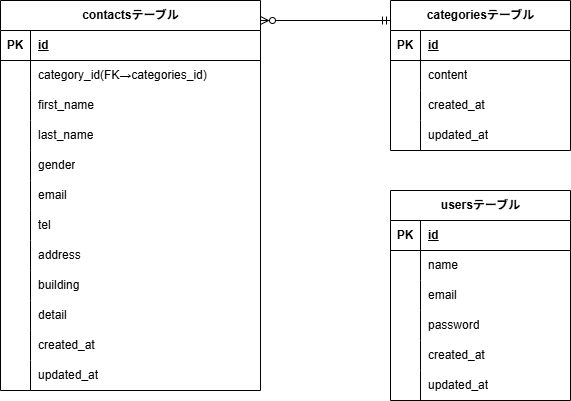
ErikoKikuchi/test-contact-version2 keeps this draw.io diagram as contact.png. Above is the earlier version. Source tidied: cells renumbered, new cells last; positions are measured from the earlier drawing's top-left corner, leaving out a move shared by most shapes.
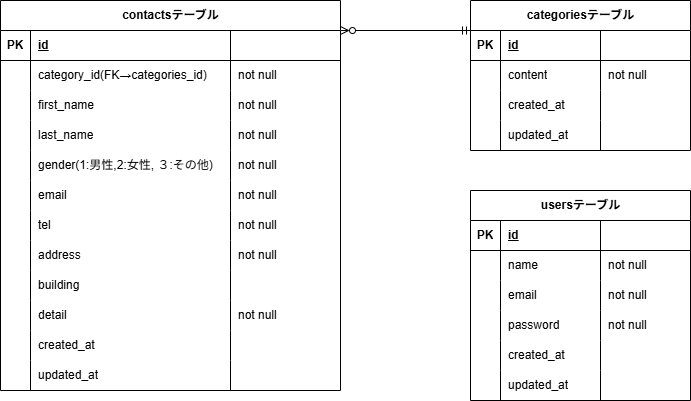
After the change.

Diff of the diagram source:
```diff
@@ -5,6 +5,6 @@
     <mxCell id="2" value="contactsテーブル" style="shape=table;startSize=30;rowLines=0;fontStyle=1;align=center;html=1;" parent="1" vertex="1">
-      <mxGeometry width="260" height="390" as="geometry" />
+      <mxGeometry x="-80" width="340" height="390" as="geometry" />
     </mxCell>
     <mxCell id="3" style="shape=tableRow;horizontal=0;startSize=0;swimlaneHead=0;swimlaneBody=0;fillColor=none;top=0;left=0;right=0;bottom=1;" parent="2" vertex="1">
-      <mxGeometry y="30" width="260" height="30" as="geometry" />
+      <mxGeometry y="30" width="340" height="30" as="geometry" />
     </mxCell>
@@ -14,6 +14,9 @@
     <mxCell id="5" value="id" style="shape=partialRectangle;fillColor=none;top=0;left=0;bottom=0;right=0;align=left;spacingLeft=6;fontStyle=5;overflow=hidden;whiteSpace=wrap;html=1;" parent="3" vertex="1">
-      <mxGeometry x="30" width="230" height="30" as="geometry" />
+      <mxGeometry x="30" width="200" height="30" as="geometry" />
     </mxCell>
+    <mxCell id="72" style="shape=partialRectangle;fillColor=none;top=0;left=0;bottom=0;right=0;align=left;spacingLeft=6;fontStyle=5;overflow=hidden;whiteSpace=wrap;html=1;" parent="3" vertex="1">
+      <mxGeometry x="230" width="110" height="30" as="geometry" />
+    </mxCell>
     <mxCell id="6" style="shape=tableRow;horizontal=0;startSize=0;swimlaneHead=0;swimlaneBody=0;fillColor=none;top=0;left=0;right=0;bottom=0;" parent="2" vertex="1">
-      <mxGeometry y="60" width="260" height="30" as="geometry" />
+      <mxGeometry y="60" width="340" height="30" as="geometry" />
     </mxCell>
@@ -23,6 +26,9 @@
     <mxCell id="8" value="category_id(FK→categories_id)" style="shape=partialRectangle;fillColor=none;top=0;left=0;bottom=0;right=0;align=left;spacingLeft=6;overflow=hidden;whiteSpace=wrap;html=1;" parent="6" vertex="1">
-      <mxGeometry x="30" width="230" height="30" as="geometry" />
+      <mxGeometry x="30" width="200" height="30" as="geometry" />
     </mxCell>
+    <mxCell id="73" value="&lt;span style=&quot;color: rgb(0, 0, 0);&quot;&gt;not null&lt;/span&gt;" style="shape=partialRectangle;fillColor=none;top=0;left=0;bottom=0;right=0;align=left;spacingLeft=6;overflow=hidden;whiteSpace=wrap;html=1;" parent="6" vertex="1">
+      <mxGeometry x="230" width="110" height="30" as="geometry" />
+    </mxCell>
     <mxCell id="9" style="shape=tableRow;horizontal=0;startSize=0;swimlaneHead=0;swimlaneBody=0;fillColor=none;top=0;left=0;right=0;bottom=0;" parent="2" vertex="1">
-      <mxGeometry y="90" width="260" height="30" as="geometry" />
+      <mxGeometry y="90" width="340" height="30" as="geometry" />
     </mxCell>
@@ -32,6 +38,9 @@
     <mxCell id="11" value="first_name" style="shape=partialRectangle;fillColor=none;top=0;left=0;bottom=0;right=0;align=left;spacingLeft=6;overflow=hidden;whiteSpace=wrap;html=1;" parent="9" vertex="1">
-      <mxGeometry x="30" width="230" height="30" as="geometry" />
+      <mxGeometry x="30" width="200" height="30" as="geometry" />
     </mxCell>
+    <mxCell id="74" value="&lt;span style=&quot;color: rgb(0, 0, 0);&quot;&gt;not null&lt;/span&gt;" style="shape=partialRectangle;fillColor=none;top=0;left=0;bottom=0;right=0;align=left;spacingLeft=6;overflow=hidden;whiteSpace=wrap;html=1;" parent="9" vertex="1">
+      <mxGeometry x="230" width="110" height="30" as="geometry" />
+    </mxCell>
     <mxCell id="12" style="shape=tableRow;horizontal=0;startSize=0;swimlaneHead=0;swimlaneBody=0;fillColor=none;top=0;left=0;right=0;bottom=0;" parent="2" vertex="1">
-      <mxGeometry y="120" width="260" height="30" as="geometry" />
+      <mxGeometry y="120" width="340" height="30" as="geometry" />
     </mxCell>
@@ -41,6 +50,9 @@
     <mxCell id="14" value="last_name" style="shape=partialRectangle;fillColor=none;top=0;left=0;bottom=0;right=0;align=left;spacingLeft=6;overflow=hidden;whiteSpace=wrap;html=1;" parent="12" vertex="1">
-      <mxGeometry x="30" width="230" height="30" as="geometry" />
+      <mxGeometry x="30" width="200" height="30" as="geometry" />
     </mxCell>
+    <mxCell id="75" value="&lt;span style=&quot;color: rgb(0, 0, 0);&quot;&gt;not null&lt;/span&gt;" style="shape=partialRectangle;fillColor=none;top=0;left=0;bottom=0;right=0;align=left;spacingLeft=6;overflow=hidden;whiteSpace=wrap;html=1;" parent="12" vertex="1">
+      <mxGeometry x="230" width="110" height="30" as="geometry" />
+    </mxCell>
     <mxCell id="15" style="shape=tableRow;horizontal=0;startSize=0;swimlaneHead=0;swimlaneBody=0;fillColor=none;top=0;left=0;right=0;bottom=0;" parent="2" vertex="1">
-      <mxGeometry y="150" width="260" height="30" as="geometry" />
+      <mxGeometry y="150" width="340" height="30" as="geometry" />
     </mxCell>
@@ -49,7 +61,10 @@
     </mxCell>
-    <mxCell id="17" value="gender" style="shape=partialRectangle;fillColor=none;top=0;left=0;bottom=0;right=0;align=left;spacingLeft=6;overflow=hidden;whiteSpace=wrap;html=1;" parent="15" vertex="1">
-      <mxGeometry x="30" width="230" height="30" as="geometry" />
+    <mxCell id="17" value="gender(1:男性,2:女性, ３:その他)" style="shape=partialRectangle;fillColor=none;top=0;left=0;bottom=0;right=0;align=left;spacingLeft=6;overflow=hidden;whiteSpace=wrap;html=1;" parent="15" vertex="1">
+      <mxGeometry x="30" width="200" height="30" as="geometry" />
     </mxCell>
+    <mxCell id="76" value="&lt;span style=&quot;color: rgb(0, 0, 0);&quot;&gt;not null&lt;/span&gt;" style="shape=partialRectangle;fillColor=none;top=0;left=0;bottom=0;right=0;align=left;spacingLeft=6;overflow=hidden;whiteSpace=wrap;html=1;" parent="15" vertex="1">
+      <mxGeometry x="230" width="110" height="30" as="geometry" />
+    </mxCell>
     <mxCell id="18" style="shape=tableRow;horizontal=0;startSize=0;swimlaneHead=0;swimlaneBody=0;fillColor=none;top=0;left=0;right=0;bottom=0;" parent="2" vertex="1">
-      <mxGeometry y="180" width="260" height="30" as="geometry" />
+      <mxGeometry y="180" width="340" height="30" as="geometry" />
     </mxCell>
@@ -59,6 +74,9 @@
     <mxCell id="20" value="email" style="shape=partialRectangle;fillColor=none;top=0;left=0;bottom=0;right=0;align=left;spacingLeft=6;overflow=hidden;whiteSpace=wrap;html=1;" parent="18" vertex="1">
-      <mxGeometry x="30" width="230" height="30" as="geometry" />
+      <mxGeometry x="30" width="200" height="30" as="geometry" />
     </mxCell>
+    <mxCell id="77" value="&lt;span style=&quot;color: rgb(0, 0, 0);&quot;&gt;not null&lt;/span&gt;" style="shape=partialRectangle;fillColor=none;top=0;left=0;bottom=0;right=0;align=left;spacingLeft=6;overflow=hidden;whiteSpace=wrap;html=1;" parent="18" vertex="1">
+      <mxGeometry x="230" width="110" height="30" as="geometry" />
+    </mxCell>
     <mxCell id="21" style="shape=tableRow;horizontal=0;startSize=0;swimlaneHead=0;swimlaneBody=0;fillColor=none;top=0;left=0;right=0;bottom=0;" parent="2" vertex="1">
-      <mxGeometry y="210" width="260" height="30" as="geometry" />
+      <mxGeometry y="210" width="340" height="30" as="geometry" />
     </mxCell>
@@ -68,6 +86,9 @@
     <mxCell id="23" value="tel" style="shape=partialRectangle;fillColor=none;top=0;left=0;bottom=0;right=0;align=left;spacingLeft=6;overflow=hidden;whiteSpace=wrap;html=1;" parent="21" vertex="1">
-      <mxGeometry x="30" width="230" height="30" as="geometry" />
+      <mxGeometry x="30" width="200" height="30" as="geometry" />
     </mxCell>
+    <mxCell id="78" value="&lt;span style=&quot;color: rgb(0, 0, 0);&quot;&gt;not null&lt;/span&gt;" style="shape=partialRectangle;fillColor=none;top=0;left=0;bottom=0;right=0;align=left;spacingLeft=6;overflow=hidden;whiteSpace=wrap;html=1;" parent="21" vertex="1">
+      <mxGeometry x="230" width="110" height="30" as="geometry" />
+    </mxCell>
     <mxCell id="24" style="shape=tableRow;horizontal=0;startSize=0;swimlaneHead=0;swimlaneBody=0;fillColor=none;top=0;left=0;right=0;bottom=0;" parent="2" vertex="1">
-      <mxGeometry y="240" width="260" height="30" as="geometry" />
+      <mxGeometry y="240" width="340" height="30" as="geometry" />
     </mxCell>
@@ -77,6 +98,9 @@
     <mxCell id="26" value="address" style="shape=partialRectangle;fillColor=none;top=0;left=0;bottom=0;right=0;align=left;spacingLeft=6;overflow=hidden;whiteSpace=wrap;html=1;" parent="24" vertex="1">
-      <mxGeometry x="30" width="230" height="30" as="geometry" />
+      <mxGeometry x="30" width="200" height="30" as="geometry" />
     </mxCell>
+    <mxCell id="79" value="&lt;span style=&quot;color: rgb(0, 0, 0);&quot;&gt;not null&lt;/span&gt;" style="shape=partialRectangle;fillColor=none;top=0;left=0;bottom=0;right=0;align=left;spacingLeft=6;overflow=hidden;whiteSpace=wrap;html=1;" parent="24" vertex="1">
+      <mxGeometry x="230" width="110" height="30" as="geometry" />
+    </mxCell>
     <mxCell id="27" style="shape=tableRow;horizontal=0;startSize=0;swimlaneHead=0;swimlaneBody=0;fillColor=none;top=0;left=0;right=0;bottom=0;" parent="2" vertex="1">
-      <mxGeometry y="270" width="260" height="30" as="geometry" />
+      <mxGeometry y="270" width="340" height="30" as="geometry" />
     </mxCell>
@@ -86,6 +110,9 @@
     <mxCell id="29" value="building" style="shape=partialRectangle;fillColor=none;top=0;left=0;bottom=0;right=0;align=left;spacingLeft=6;overflow=hidden;whiteSpace=wrap;html=1;" parent="27" vertex="1">
-      <mxGeometry x="30" width="230" height="30" as="geometry" />
+      <mxGeometry x="30" width="200" height="30" as="geometry" />
     </mxCell>
+    <mxCell id="80" style="shape=partialRectangle;fillColor=none;top=0;left=0;bottom=0;right=0;align=left;spacingLeft=6;overflow=hidden;whiteSpace=wrap;html=1;" parent="27" vertex="1">
+      <mxGeometry x="230" width="110" height="30" as="geometry" />
+    </mxCell>
     <mxCell id="30" style="shape=tableRow;horizontal=0;startSize=0;swimlaneHead=0;swimlaneBody=0;fillColor=none;top=0;left=0;right=0;bottom=0;" parent="2" vertex="1">
-      <mxGeometry y="300" width="260" height="30" as="geometry" />
+      <mxGeometry y="300" width="340" height="30" as="geometry" />
     </mxCell>
@@ -95,6 +122,9 @@
     <mxCell id="32" value="detail" style="shape=partialRectangle;fillColor=none;top=0;left=0;bottom=0;right=0;align=left;spacingLeft=6;overflow=hidden;whiteSpace=wrap;html=1;" parent="30" vertex="1">
-      <mxGeometry x="30" width="230" height="30" as="geometry" />
+      <mxGeometry x="30" width="200" height="30" as="geometry" />
     </mxCell>
+    <mxCell id="81" value="&lt;span style=&quot;color: rgb(0, 0, 0);&quot;&gt;not null&lt;/span&gt;" style="shape=partialRectangle;fillColor=none;top=0;left=0;bottom=0;right=0;align=left;spacingLeft=6;overflow=hidden;whiteSpace=wrap;html=1;" parent="30" vertex="1">
+      <mxGeometry x="230" width="110" height="30" as="geometry" />
+    </mxCell>
     <mxCell id="33" style="shape=tableRow;horizontal=0;startSize=0;swimlaneHead=0;swimlaneBody=0;fillColor=none;top=0;left=0;right=0;bottom=0;" parent="2" vertex="1">
-      <mxGeometry y="330" width="260" height="30" as="geometry" />
+      <mxGeometry y="330" width="340" height="30" as="geometry" />
     </mxCell>
@@ -104,6 +134,9 @@
     <mxCell id="35" value="created_at" style="shape=partialRectangle;fillColor=none;top=0;left=0;bottom=0;right=0;align=left;spacingLeft=6;overflow=hidden;whiteSpace=wrap;html=1;" parent="33" vertex="1">
-      <mxGeometry x="30" width="230" height="30" as="geometry" />
+      <mxGeometry x="30" width="200" height="30" as="geometry" />
     </mxCell>
+    <mxCell id="82" style="shape=partialRectangle;fillColor=none;top=0;left=0;bottom=0;right=0;align=left;spacingLeft=6;overflow=hidden;whiteSpace=wrap;html=1;" parent="33" vertex="1">
+      <mxGeometry x="230" width="110" height="30" as="geometry" />
+    </mxCell>
     <mxCell id="36" style="shape=tableRow;horizontal=0;startSize=0;swimlaneHead=0;swimlaneBody=0;fillColor=none;top=0;left=0;right=0;bottom=0;" parent="2" vertex="1">
-      <mxGeometry y="360" width="260" height="30" as="geometry" />
+      <mxGeometry y="360" width="340" height="30" as="geometry" />
     </mxCell>
@@ -113,9 +146,12 @@
     <mxCell id="38" value="updated_at" style="shape=partialRectangle;fillColor=none;top=0;left=0;bottom=0;right=0;align=left;spacingLeft=6;overflow=hidden;whiteSpace=wrap;html=1;" parent="36" vertex="1">
-      <mxGeometry x="30" width="230" height="30" as="geometry" />
+      <mxGeometry x="30" width="200" height="30" as="geometry" />
     </mxCell>
+    <mxCell id="83" style="shape=partialRectangle;fillColor=none;top=0;left=0;bottom=0;right=0;align=left;spacingLeft=6;overflow=hidden;whiteSpace=wrap;html=1;" parent="36" vertex="1">
+      <mxGeometry x="230" width="110" height="30" as="geometry" />
+    </mxCell>
     <mxCell id="39" value="categoriesテーブル" style="shape=table;startSize=30;rowLines=0;fontStyle=1;align=center;html=1;" parent="1" vertex="1">
-      <mxGeometry x="390" width="180" height="150" as="geometry" />
+      <mxGeometry x="390" width="220" height="150" as="geometry" />
     </mxCell>
     <mxCell id="40" style="shape=tableRow;horizontal=0;startSize=0;swimlaneHead=0;swimlaneBody=0;fillColor=none;top=0;left=0;right=0;bottom=1;" parent="39" vertex="1">
-      <mxGeometry y="30" width="180" height="30" as="geometry" />
+      <mxGeometry y="30" width="220" height="30" as="geometry" />
     </mxCell>
@@ -125,6 +161,9 @@
     <mxCell id="42" value="id" style="shape=partialRectangle;fillColor=none;top=0;left=0;bottom=0;right=0;align=left;spacingLeft=6;fontStyle=5;overflow=hidden;whiteSpace=wrap;html=1;" parent="40" vertex="1">
-      <mxGeometry x="30" width="150" height="30" as="geometry" />
+      <mxGeometry x="30" width="100" height="30" as="geometry" />
     </mxCell>
+    <mxCell id="84" style="shape=partialRectangle;fillColor=none;top=0;left=0;bottom=0;right=0;align=left;spacingLeft=6;fontStyle=5;overflow=hidden;whiteSpace=wrap;html=1;" parent="40" vertex="1">
+      <mxGeometry x="130" width="90" height="30" as="geometry" />
+    </mxCell>
     <mxCell id="43" style="shape=tableRow;horizontal=0;startSize=0;swimlaneHead=0;swimlaneBody=0;fillColor=none;top=0;left=0;right=0;bottom=0;" parent="39" vertex="1">
-      <mxGeometry y="60" width="180" height="30" as="geometry" />
+      <mxGeometry y="60" width="220" height="30" as="geometry" />
     </mxCell>
@@ -134,6 +173,9 @@
     <mxCell id="45" value="content" style="shape=partialRectangle;fillColor=none;top=0;left=0;bottom=0;right=0;align=left;spacingLeft=6;overflow=hidden;whiteSpace=wrap;html=1;" parent="43" vertex="1">
-      <mxGeometry x="30" width="150" height="30" as="geometry" />
+      <mxGeometry x="30" width="100" height="30" as="geometry" />
     </mxCell>
+    <mxCell id="85" value="&lt;span style=&quot;color: rgb(0, 0, 0);&quot;&gt;not null&lt;/span&gt;" style="shape=partialRectangle;fillColor=none;top=0;left=0;bottom=0;right=0;align=left;spacingLeft=6;overflow=hidden;whiteSpace=wrap;html=1;" parent="43" vertex="1">
+      <mxGeometry x="130" width="90" height="30" as="geometry" />
+    </mxCell>
     <mxCell id="46" style="shape=tableRow;horizontal=0;startSize=0;swimlaneHead=0;swimlaneBody=0;fillColor=none;top=0;left=0;right=0;bottom=0;" parent="39" vertex="1">
-      <mxGeometry y="90" width="180" height="30" as="geometry" />
+      <mxGeometry y="90" width="220" height="30" as="geometry" />
     </mxCell>
@@ -143,6 +185,9 @@
     <mxCell id="48" value="created_at" style="shape=partialRectangle;fillColor=none;top=0;left=0;bottom=0;right=0;align=left;spacingLeft=6;overflow=hidden;whiteSpace=wrap;html=1;" parent="46" vertex="1">
-      <mxGeometry x="30" width="150" height="30" as="geometry" />
+      <mxGeometry x="30" width="100" height="30" as="geometry" />
     </mxCell>
+    <mxCell id="86" style="shape=partialRectangle;fillColor=none;top=0;left=0;bottom=0;right=0;align=left;spacingLeft=6;overflow=hidden;whiteSpace=wrap;html=1;" parent="46" vertex="1">
+      <mxGeometry x="130" width="90" height="30" as="geometry" />
+    </mxCell>
     <mxCell id="49" style="shape=tableRow;horizontal=0;startSize=0;swimlaneHead=0;swimlaneBody=0;fillColor=none;top=0;left=0;right=0;bottom=0;" parent="39" vertex="1">
-      <mxGeometry y="120" width="180" height="30" as="geometry" />
+      <mxGeometry y="120" width="220" height="30" as="geometry" />
     </mxCell>
@@ -152,9 +197,12 @@
     <mxCell id="51" value="updated_at" style="shape=partialRectangle;fillColor=none;top=0;left=0;bottom=0;right=0;align=left;spacingLeft=6;overflow=hidden;whiteSpace=wrap;html=1;" parent="49" vertex="1">
-      <mxGeometry x="30" width="150" height="30" as="geometry" />
+      <mxGeometry x="30" width="100" height="30" as="geometry" />
     </mxCell>
+    <mxCell id="87" style="shape=partialRectangle;fillColor=none;top=0;left=0;bottom=0;right=0;align=left;spacingLeft=6;overflow=hidden;whiteSpace=wrap;html=1;" parent="49" vertex="1">
+      <mxGeometry x="130" width="90" height="30" as="geometry" />
+    </mxCell>
     <mxCell id="52" value="usersテーブル" style="shape=table;startSize=30;rowLines=0;fontStyle=1;align=center;html=1;" parent="1" vertex="1">
-      <mxGeometry x="390" y="190" width="180" height="210" as="geometry" />
+      <mxGeometry x="390" y="190" width="220" height="210" as="geometry" />
     </mxCell>
     <mxCell id="53" style="shape=tableRow;horizontal=0;startSize=0;swimlaneHead=0;swimlaneBody=0;fillColor=none;top=0;left=0;right=0;bottom=1;" parent="52" vertex="1">
-      <mxGeometry y="30" width="180" height="30" as="geometry" />
+      <mxGeometry y="30" width="220" height="30" as="geometry" />
     </mxCell>
@@ -164,6 +212,9 @@
     <mxCell id="55" value="id" style="shape=partialRectangle;fillColor=none;top=0;left=0;bottom=0;right=0;align=left;spacingLeft=6;fontStyle=5;overflow=hidden;whiteSpace=wrap;html=1;" parent="53" vertex="1">
-      <mxGeometry x="30" width="150" height="30" as="geometry" />
+      <mxGeometry x="30" width="100" height="30" as="geometry" />
     </mxCell>
+    <mxCell id="88" style="shape=partialRectangle;fillColor=none;top=0;left=0;bottom=0;right=0;align=left;spacingLeft=6;fontStyle=5;overflow=hidden;whiteSpace=wrap;html=1;" parent="53" vertex="1">
+      <mxGeometry x="130" width="90" height="30" as="geometry" />
+    </mxCell>
     <mxCell id="56" style="shape=tableRow;horizontal=0;startSize=0;swimlaneHead=0;swimlaneBody=0;fillColor=none;top=0;left=0;right=0;bottom=0;" parent="52" vertex="1">
-      <mxGeometry y="60" width="180" height="30" as="geometry" />
+      <mxGeometry y="60" width="220" height="30" as="geometry" />
     </mxCell>
@@ -173,6 +224,9 @@
     <mxCell id="58" value="name" style="shape=partialRectangle;fillColor=none;top=0;left=0;bottom=0;right=0;align=left;spacingLeft=6;overflow=hidden;whiteSpace=wrap;html=1;" parent="56" vertex="1">
-      <mxGeometry x="30" width="150" height="30" as="geometry" />
+      <mxGeometry x="30" width="100" height="30" as="geometry" />
     </mxCell>
+    <mxCell id="89" value="not null" style="shape=partialRectangle;fillColor=none;top=0;left=0;bottom=0;right=0;align=left;spacingLeft=6;overflow=hidden;whiteSpace=wrap;html=1;" parent="56" vertex="1">
+      <mxGeometry x="130" width="90" height="30" as="geometry" />
+    </mxCell>
     <mxCell id="59" style="shape=tableRow;horizontal=0;startSize=0;swimlaneHead=0;swimlaneBody=0;fillColor=none;top=0;left=0;right=0;bottom=0;" parent="52" vertex="1">
-      <mxGeometry y="90" width="180" height="30" as="geometry" />
+      <mxGeometry y="90" width="220" height="30" as="geometry" />
     </mxCell>
@@ -182,6 +236,9 @@
     <mxCell id="61" value="email" style="shape=partialRectangle;fillColor=none;top=0;left=0;bottom=0;right=0;align=left;spacingLeft=6;overflow=hidden;whiteSpace=wrap;html=1;" parent="59" vertex="1">
-      <mxGeometry x="30" width="150" height="30" as="geometry" />
+      <mxGeometry x="30" width="100" height="30" as="geometry" />
     </mxCell>
+    <mxCell id="90" value="&lt;span style=&quot;color: rgb(0, 0, 0);&quot;&gt;not null&lt;/span&gt;" style="shape=partialRectangle;fillColor=none;top=0;left=0;bottom=0;right=0;align=left;spacingLeft=6;overflow=hidden;whiteSpace=wrap;html=1;" parent="59" vertex="1">
+      <mxGeometry x="130" width="90" height="30" as="geometry" />
+    </mxCell>
     <mxCell id="62" style="shape=tableRow;horizontal=0;startSize=0;swimlaneHead=0;swimlaneBody=0;fillColor=none;top=0;left=0;right=0;bottom=0;" parent="52" vertex="1">
-      <mxGeometry y="120" width="180" height="30" as="geometry" />
+      <mxGeometry y="120" width="220" height="30" as="geometry" />
     </mxCell>
@@ -191,6 +248,9 @@
     <mxCell id="64" value="password" style="shape=partialRectangle;fillColor=none;top=0;left=0;bottom=0;right=0;align=left;spacingLeft=6;overflow=hidden;whiteSpace=wrap;html=1;" parent="62" vertex="1">
-      <mxGeometry x="30" width="150" height="30" as="geometry" />
+      <mxGeometry x="30" width="100" height="30" as="geometry" />
     </mxCell>
+    <mxCell id="91" value="&lt;span style=&quot;color: rgb(0, 0, 0);&quot;&gt;not null&lt;/span&gt;" style="shape=partialRectangle;fillColor=none;top=0;left=0;bottom=0;right=0;align=left;spacingLeft=6;overflow=hidden;whiteSpace=wrap;html=1;" parent="62" vertex="1">
+      <mxGeometry x="130" width="90" height="30" as="geometry" />
+    </mxCell>
     <mxCell id="65" style="shape=tableRow;horizontal=0;startSize=0;swimlaneHead=0;swimlaneBody=0;fillColor=none;top=0;left=0;right=0;bottom=0;" parent="52" vertex="1">
-      <mxGeometry y="150" width="180" height="30" as="geometry" />
+      <mxGeometry y="150" width="220" height="30" as="geometry" />
     </mxCell>
@@ -200,6 +260,9 @@
     <mxCell id="67" value="created_at" style="shape=partialRectangle;fillColor=none;top=0;left=0;bottom=0;right=0;align=left;spacingLeft=6;overflow=hidden;whiteSpace=wrap;html=1;" parent="65" vertex="1">
-      <mxGeometry x="30" width="150" height="30" as="geometry" />
+      <mxGeometry x="30" width="100" height="30" as="geometry" />
     </mxCell>
+    <mxCell id="92" style="shape=partialRectangle;fillColor=none;top=0;left=0;bottom=0;right=0;align=left;spacingLeft=6;overflow=hidden;whiteSpace=wrap;html=1;" parent="65" vertex="1">
+      <mxGeometry x="130" width="90" height="30" as="geometry" />
+    </mxCell>
     <mxCell id="68" style="shape=tableRow;horizontal=0;startSize=0;swimlaneHead=0;swimlaneBody=0;fillColor=none;top=0;left=0;right=0;bottom=0;" parent="52" vertex="1">
-      <mxGeometry y="180" width="180" height="30" as="geometry" />
+      <mxGeometry y="180" width="220" height="30" as="geometry" />
     </mxCell>
@@ -209,8 +272,11 @@
     <mxCell id="70" value="updated_at" style="shape=partialRectangle;fillColor=none;top=0;left=0;bottom=0;right=0;align=left;spacingLeft=6;overflow=hidden;whiteSpace=wrap;html=1;" parent="68" vertex="1">
-      <mxGeometry x="30" width="150" height="30" as="geometry" />
+      <mxGeometry x="30" width="100" height="30" as="geometry" />
     </mxCell>
+    <mxCell id="93" style="shape=partialRectangle;fillColor=none;top=0;left=0;bottom=0;right=0;align=left;spacingLeft=6;overflow=hidden;whiteSpace=wrap;html=1;" parent="68" vertex="1">
+      <mxGeometry x="130" width="90" height="30" as="geometry" />
+    </mxCell>
     <mxCell id="71" style="fontSize=12;html=1;endArrow=ERzeroToMany;startArrow=ERmandOne;exitX=0;exitY=0.5;exitDx=0;exitDy=0;entryX=1;entryY=0.5;entryDx=0;entryDy=0;endFill=0;" parent="1" edge="1">
       <mxGeometry relative="1" as="geometry">
-        <mxPoint x="390" y="20" as="sourcePoint" />
-        <mxPoint x="260" y="20" as="targetPoint" />
+        <mxPoint x="390" y="30" as="sourcePoint" />
+        <mxPoint x="260" y="30" as="targetPoint" />
       </mxGeometry>
```
